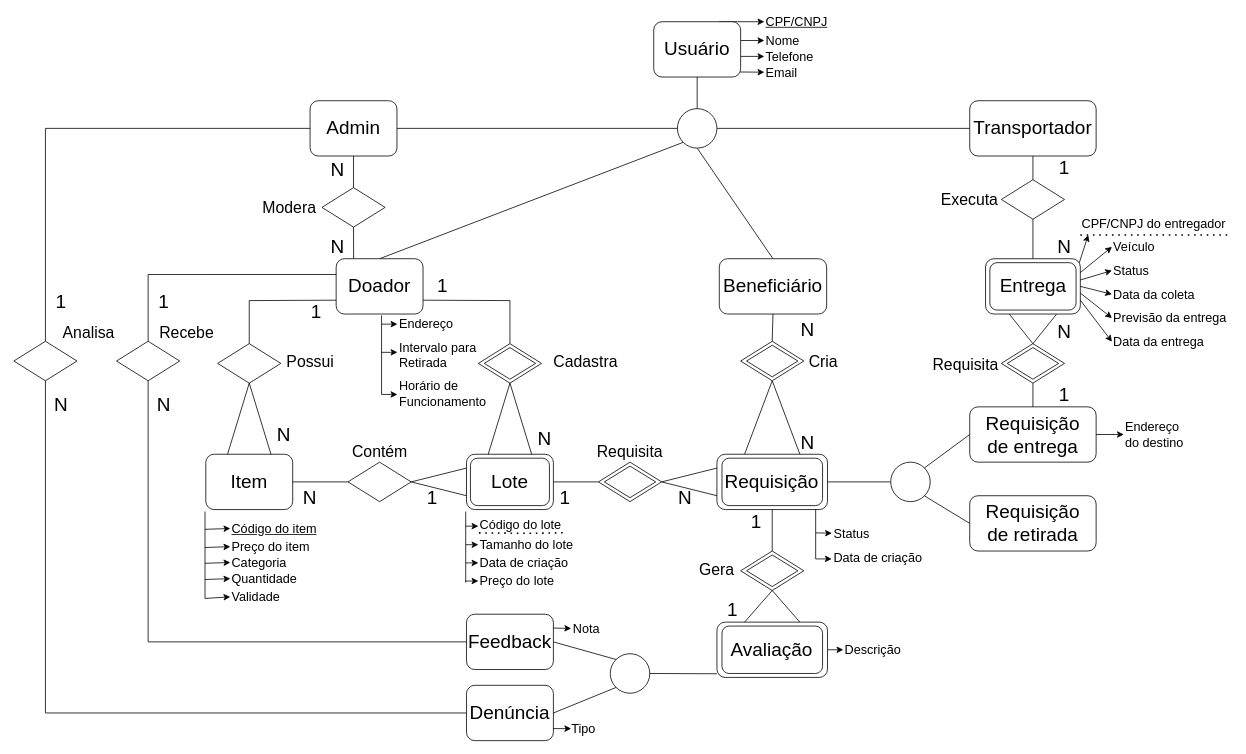
Earlier version of the draw.io diagram relational_schema_final_version.drawio (Fugant1/zero-waste-schema). Source tidied: cells renumbered, new cells numbered last; positions are measured from the earlier drawing's top-left corner, leaving out a move shared by most shapes. Both pictures are drawn from the tidied source at 79%, with x=0, y=0 at pixel (13, 13).
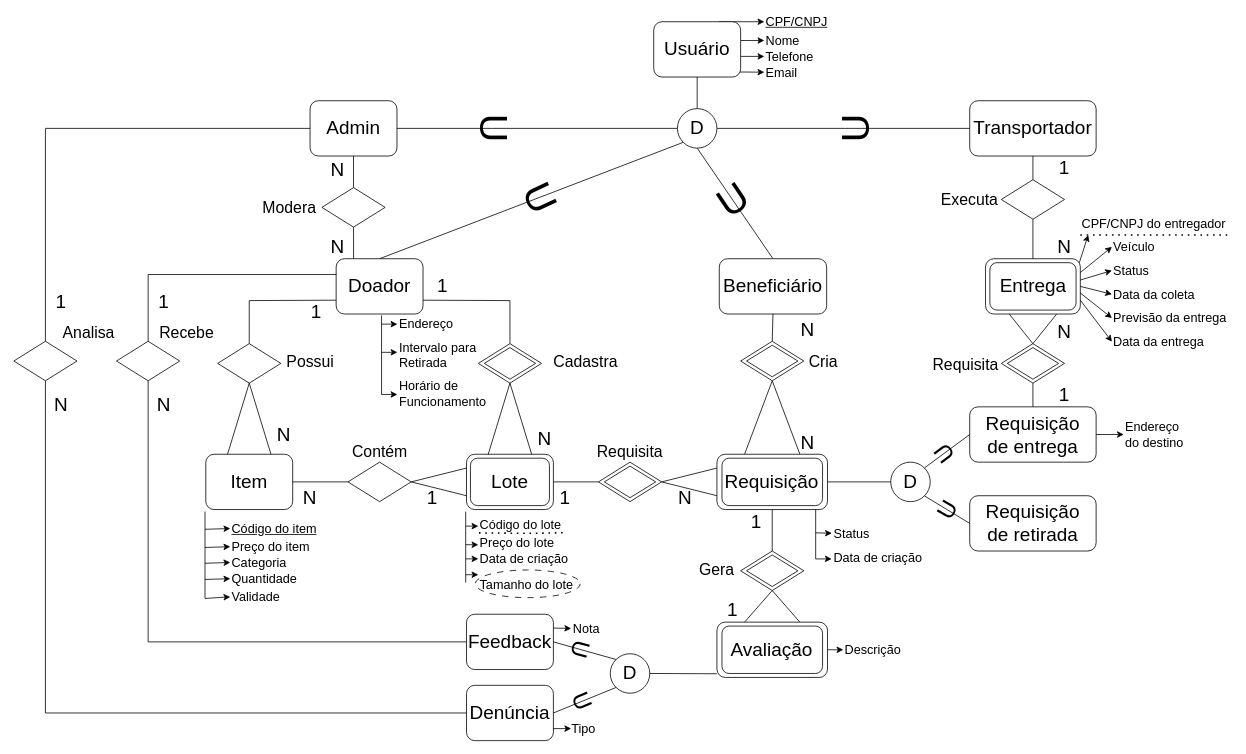
After the change.

Change to the diagram source:
```diff
@@
-    <mxCell id="170" value="&lt;div&gt;&lt;span style=&quot;font-size: 16px; background-color: transparent; color: light-dark(rgb(0, 0, 0), rgb(255, 255, 255));&quot;&gt;Tamanho do lote&lt;/span&gt;&lt;/div&gt;" style="text;html=1;align=left;verticalAlign=middle;whiteSpace=wrap;rounded=0;" parent="1" vertex="1">
-      <mxGeometry x="588" y="662" width="125" height="20" as="geometry" />
-    </mxCell>
     <mxCell id="171" value="&lt;div&gt;&lt;span style=&quot;font-size: 16px; background-color: transparent; color: light-dark(rgb(0, 0, 0), rgb(255, 255, 255));&quot;&gt;Data de criação&lt;/span&gt;&lt;/div&gt;" style="text;html=1;align=left;verticalAlign=middle;whiteSpace=wrap;rounded=0;" parent="1" vertex="1">
-      <mxGeometry x="588" y="685" width="125" height="20" as="geometry" />
+      <mxGeometry x="588" y="680" width="125" height="20" as="geometry" />
     </mxCell>
     <mxCell id="172" value="&lt;div&gt;&lt;span style=&quot;font-size: 16px; background-color: transparent; color: light-dark(rgb(0, 0, 0), rgb(255, 255, 255));&quot;&gt;Preço do lote&lt;/span&gt;&lt;/div&gt;" style="text;html=1;align=left;verticalAlign=middle;whiteSpace=wrap;rounded=0;" parent="1" vertex="1">
-      <mxGeometry x="588" y="708" width="120" height="20" as="geometry" />
+      <mxGeometry x="588" y="660" width="120" height="20" as="geometry" />
     </mxCell>
-    <mxCell id="173" style="endArrow=classic;html=1;rounded=0;entryX=0;entryY=0.5;entryDx=0;entryDy=0;" parent="1" edge="1" target="172">
-      <mxGeometry relative="1" as="geometry">
-        <mxPoint x="572" y="718" as="sourcePoint" />
-      </mxGeometry>
-    </mxCell>
     <mxCell id="174" style="endArrow=classic;html=1;rounded=0;entryX=0;entryY=0.5;entryDx=0;entryDy=0;" parent="1" edge="1">
       <mxGeometry relative="1" as="geometry">
-        <mxPoint x="572" y="695" as="sourcePoint" />
-        <mxPoint x="588" y="695" as="targetPoint" />
+        <mxPoint x="572" y="689.9" as="sourcePoint" />
+        <mxPoint x="588" y="689.9" as="targetPoint" />
       </mxGeometry>
     </mxCell>
@@
+    <mxCell id="198" style="group;" parent="1" vertex="1">
+      <mxGeometry x="584" y="704" width="133" height="35" as="geometry" />
+    </mxCell>
+    <mxCell id="199" style="ellipse;whiteSpace=wrap;html=1;strokeColor=default;dashed=1;dashPattern=8 8;" parent="198" vertex="1">
+      <mxGeometry width="133" height="35" as="geometry" />
+    </mxCell>
+    <mxCell id="170" value="&lt;div&gt;&lt;span style=&quot;font-size: 16px; background-color: transparent; color: light-dark(rgb(0, 0, 0), rgb(255, 255, 255));&quot;&gt;Tamanho do lote&lt;/span&gt;&lt;/div&gt;" style="text;html=1;align=left;verticalAlign=middle;whiteSpace=wrap;rounded=0;" parent="198" vertex="1">
+      <mxGeometry x="4" y="7.5" width="125" height="20" as="geometry" />
+    </mxCell>
+    <mxCell id="200" style="endArrow=classic;html=1;rounded=0;entryX=0;entryY=0.5;entryDx=0;entryDy=0;" parent="1" edge="1">
+      <mxGeometry relative="1" as="geometry">
+        <mxPoint x="572" y="710" as="sourcePoint" />
+        <mxPoint x="588" y="710" as="targetPoint" />
+      </mxGeometry>
+    </mxCell>
+    <mxCell id="201" value="&lt;font style=&quot;font-size: 24px;&quot;&gt;D&lt;/font&gt;" style="text;html=1;align=center;verticalAlign=middle;whiteSpace=wrap;rounded=0;" parent="1" vertex="1">
+      <mxGeometry x="835" y="130" width="60" height="30" as="geometry" />
+    </mxCell>
+    <mxCell id="202" value="&lt;font style=&quot;font-size: 24px;&quot;&gt;D&lt;/font&gt;" style="text;html=1;align=center;verticalAlign=middle;whiteSpace=wrap;rounded=0;" parent="1" vertex="1">
+      <mxGeometry x="1105" y="577.5" width="60" height="30" as="geometry" />
+    </mxCell>
+    <mxCell id="203" value="&lt;font style=&quot;font-size: 24px;&quot;&gt;D&lt;/font&gt;" style="text;html=1;align=center;verticalAlign=middle;whiteSpace=wrap;rounded=0;" parent="1" vertex="1">
+      <mxGeometry x="750" y="820" width="60" height="30" as="geometry" />
+    </mxCell>
+    <mxCell id="204" value="&lt;font style=&quot;font-size: 50px;&quot;&gt;U&lt;/font&gt;" style="text;html=1;align=center;verticalAlign=middle;whiteSpace=wrap;rounded=0;rotation=65;" parent="1" vertex="1">
+      <mxGeometry x="632" y="213" width="70" height="40" as="geometry" />
+    </mxCell>
+    <mxCell id="205" value="&lt;font style=&quot;font-size: 50px;&quot;&gt;U&lt;/font&gt;" style="text;html=1;align=center;verticalAlign=middle;whiteSpace=wrap;rounded=0;rotation=326;" parent="1" vertex="1">
+      <mxGeometry x="875" y="215" width="70" height="40" as="geometry" />
+    </mxCell>
+    <mxCell id="206" value="&lt;font style=&quot;font-size: 50px;&quot;&gt;U&lt;/font&gt;" style="text;html=1;align=center;verticalAlign=middle;whiteSpace=wrap;rounded=0;rotation=90;" parent="1" vertex="1">
+      <mxGeometry x="573" y="125" width="70" height="40" as="geometry" />
+    </mxCell>
+    <mxCell id="207" value="&lt;font style=&quot;font-size: 50px;&quot;&gt;U&lt;/font&gt;" style="text;html=1;align=center;verticalAlign=middle;whiteSpace=wrap;rounded=0;rotation=-90;" parent="1" vertex="1">
+      <mxGeometry x="1030" y="125" width="70" height="40" as="geometry" />
+    </mxCell>
+    <mxCell id="208" value="&lt;font style=&quot;font-size: 30px;&quot;&gt;U&lt;/font&gt;" style="text;html=1;align=center;verticalAlign=middle;whiteSpace=wrap;rounded=0;rotation=-127;" parent="1" vertex="1">
+      <mxGeometry x="1142" y="537.5" width="70" height="40" as="geometry" />
+    </mxCell>
+    <mxCell id="209" value="&lt;font style=&quot;font-size: 30px;&quot;&gt;U&lt;/font&gt;" style="text;html=1;align=center;verticalAlign=middle;whiteSpace=wrap;rounded=0;rotation=-60;" parent="1" vertex="1">
+      <mxGeometry x="1146" y="607.5" width="70" height="40" as="geometry" />
+    </mxCell>
+    <mxCell id="210" value="&lt;font style=&quot;font-size: 30px;&quot;&gt;U&lt;/font&gt;" style="text;html=1;align=center;verticalAlign=middle;whiteSpace=wrap;rounded=0;rotation=105;" parent="1" vertex="1">
+      <mxGeometry x="683" y="785" width="70" height="40" as="geometry" />
+    </mxCell>
+    <mxCell id="211" value="&lt;font style=&quot;font-size: 30px;&quot;&gt;U&lt;/font&gt;" style="text;html=1;align=center;verticalAlign=middle;whiteSpace=wrap;rounded=0;rotation=67;" parent="1" vertex="1">
+      <mxGeometry x="685" y="850" width="70" height="40" as="geometry" />
+    </mxCell>
```
